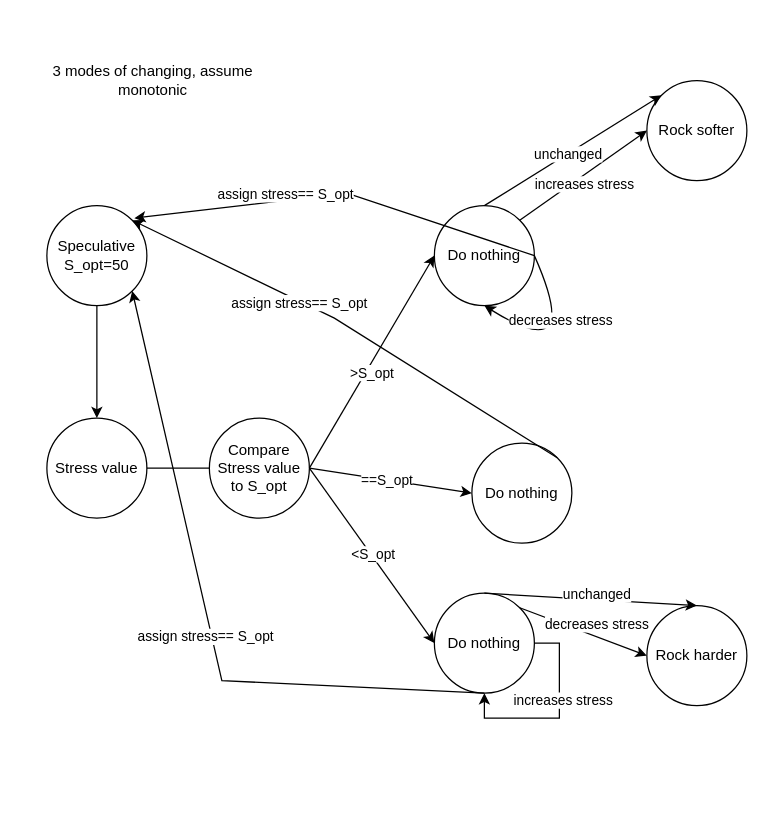
The draw.io diagram 5EWC0 Decision Making flow chart.drawio in ShiyunKong/draw.io-storage, before the edit. Source tidied: cells renumbered, new cells numbered last; positions are measured from the earlier drawing's top-left corner, leaving out a move shared by most shapes. Both pictures are drawn from the tidied source at 125%, with x=0, y=0 at pixel (21, 55).
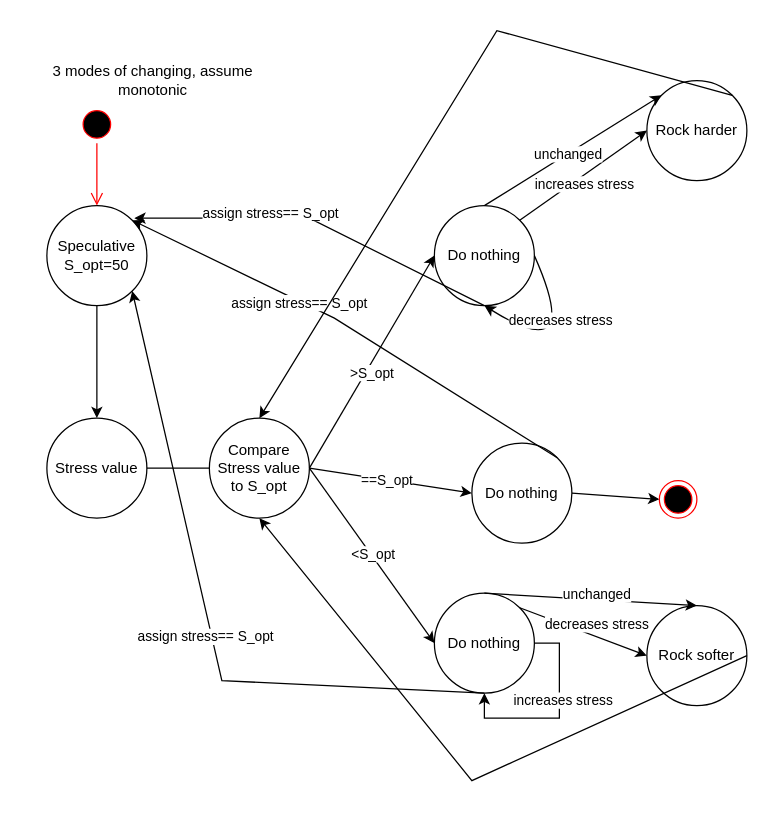
After the change.

Unchanged cells that the change refers to:
```xml
<mxCell id="4" value="Compare Stress value to S_opt" style="ellipse;whiteSpace=wrap;html=1;" parent="1" vertex="1">
  <mxGeometry x="150" y="290" width="80" height="80" as="geometry" />
</mxCell>
<mxCell id="5" value="Speculative S_opt=50" style="ellipse;whiteSpace=wrap;html=1;" parent="1" vertex="1">
  <mxGeometry x="20" y="120" width="80" height="80" as="geometry" />
</mxCell>
<mxCell id="13" value="Do nothing" style="ellipse;whiteSpace=wrap;html=1;" parent="1" vertex="1">
  <mxGeometry x="330" y="120" width="80" height="80" as="geometry" />
</mxCell>
<mxCell id="14" value="Do nothing" style="ellipse;whiteSpace=wrap;html=1;" parent="1" vertex="1">
  <mxGeometry x="360" y="310" width="80" height="80" as="geometry" />
</mxCell>
```

What changed in the source:
```diff
@@
+    <mxCell id="37" style="rounded=0;jettySize=auto;html=1;exitX=1;exitY=0.5;exitDx=0;exitDy=0;entryX=0;entryY=0.5;entryDx=0;entryDy=0;" parent="1" edge="1" source="14" target="39">
+      <mxGeometry relative="1" as="geometry" />
+    </mxCell>
@@
-    <mxCell id="18" value="Rock softer" style="ellipse;whiteSpace=wrap;html=1;" parent="1" vertex="1">
+    <mxCell id="18" value="Rock harder" style="ellipse;whiteSpace=wrap;html=1;" parent="1" vertex="1">
       <mxGeometry x="500" y="20" width="80" height="80" as="geometry" />
     </mxCell>
@@
-    <mxCell id="22" style="endArrow=classic;html=1;rounded=0;exitX=1;exitY=0.5;exitDx=0;exitDy=0;" parent="1" edge="1" source="13">
+    <mxCell id="22" style="endArrow=classic;html=1;rounded=0;exitX=0.5;exitY=1;exitDx=0;exitDy=0;" parent="1" edge="1" source="13">
       <mxGeometry relative="1" as="geometry">
         <mxPoint x="90" y="130" as="targetPoint" />
         <Array as="points">
-          <mxPoint x="260" y="110" />
+          <mxPoint x="230" y="130" />
         </Array>
       </mxGeometry>
     </mxCell>
@@
-    <mxCell id="34" value="Rock harder" style="ellipse;whiteSpace=wrap;html=1;" parent="1" vertex="1">
+    <mxCell id="34" value="Rock softer" style="ellipse;whiteSpace=wrap;html=1;" parent="1" vertex="1">
       <mxGeometry x="500" y="440" width="80" height="80" as="geometry" />
     </mxCell>
@@
+    <mxCell id="38" style="endArrow=classic;html=1;rounded=0;exitX=1;exitY=0;exitDx=0;exitDy=0;entryX=0.5;entryY=0;entryDx=0;entryDy=0;" parent="1" edge="1" source="18" target="4">
+      <mxGeometry relative="1" as="geometry">
+        <Array as="points">
+          <mxPoint x="380" y="-20" />
+        </Array>
+      </mxGeometry>
+    </mxCell>
+    <mxCell id="39" style="ellipse;html=1;shape=endState;fillColor=#000000;strokeColor=#ff0000;" parent="1" vertex="1">
+      <mxGeometry x="510" y="340" width="30" height="30" as="geometry" />
+    </mxCell>
+    <mxCell id="40" style="ellipse;html=1;shape=startState;fillColor=#000000;strokeColor=#ff0000;" parent="1" vertex="1">
+      <mxGeometry x="45" y="40" width="30" height="30" as="geometry" />
+    </mxCell>
+    <mxCell id="41" style="edgeStyle=orthogonalEdgeStyle;html=1;verticalAlign=bottom;endArrow=open;endSize=8;strokeColor=#ff0000;rounded=0;entryX=0.5;entryY=0;entryDx=0;entryDy=0;" parent="1" edge="1" source="40" target="5">
+      <mxGeometry relative="1" as="geometry" />
+    </mxCell>
+    <mxCell id="42" style="endArrow=classic;html=1;rounded=0;exitX=1;exitY=0.5;exitDx=0;exitDy=0;entryX=0.5;entryY=1;entryDx=0;entryDy=0;" parent="1" edge="1" source="34" target="4">
+      <mxGeometry relative="1" as="geometry">
+        <Array as="points">
+          <mxPoint x="360" y="580" />
+        </Array>
+      </mxGeometry>
+    </mxCell>
```
